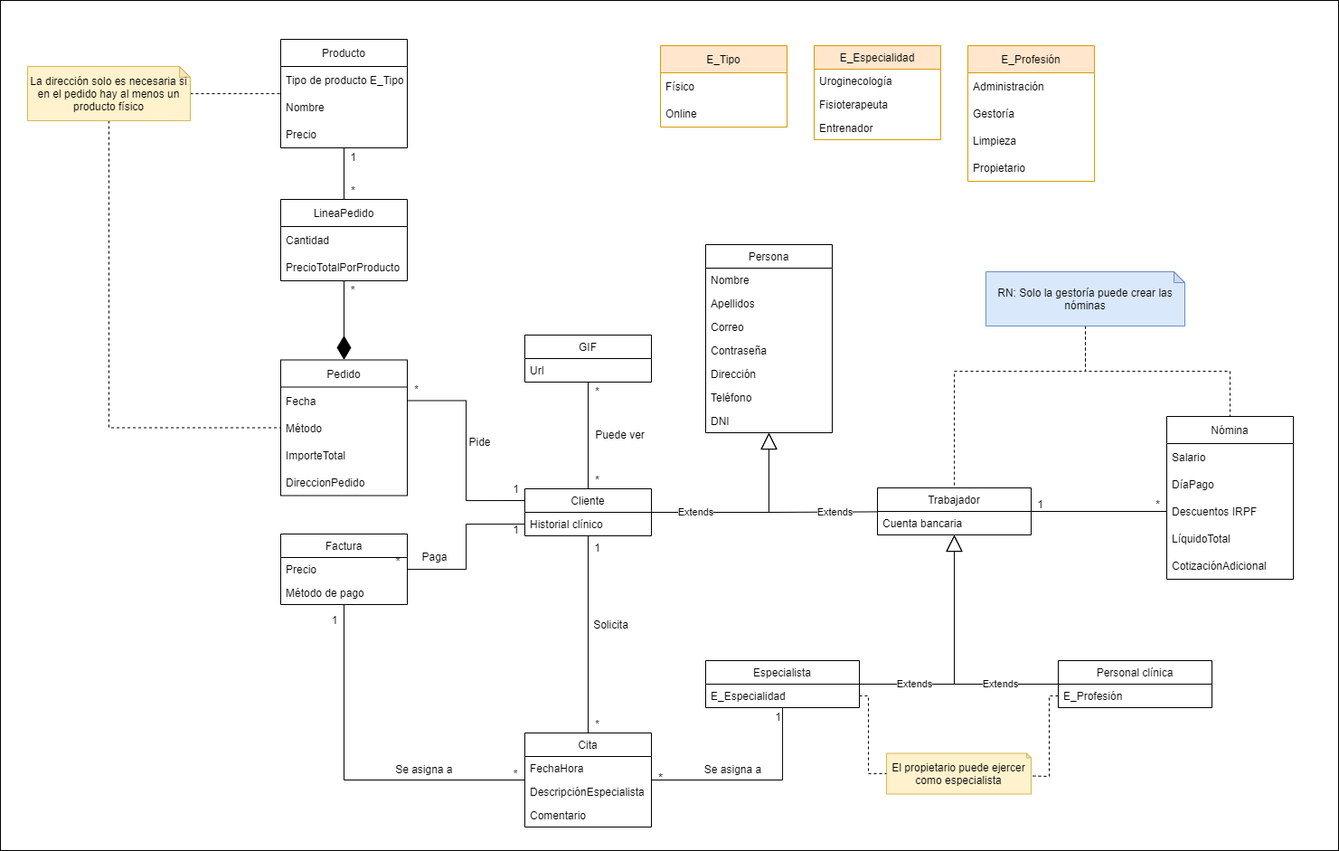
mpadillatabuenca/Proyecto-IR-Cinetica keeps this draw.io diagram as Modelo_de_datos.png. Above is the earlier version. Source tidied: cells renumbered, new cells last; positions are measured from the earlier drawing's top-left corner, leaving out a move shared by most shapes.
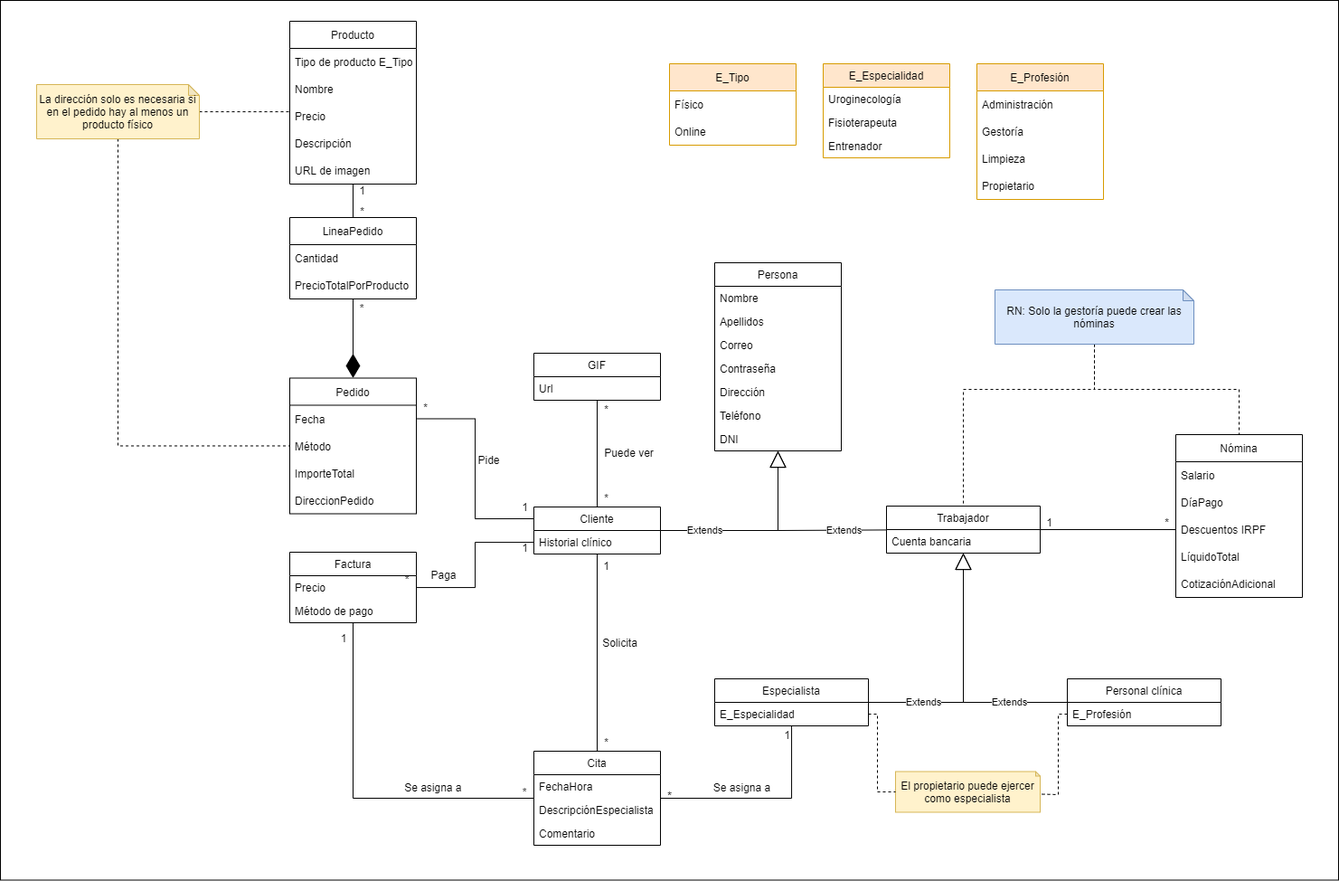
After the change.

Commit message:
Pequeño arreglo de datos

What changed in the source:
```diff
@@ -3,7 +3,7 @@
     <mxCell id="0" />
     <mxCell id="1" parent="0" />
     <mxCell id="2" style="rounded=0;whiteSpace=wrap;html=1;" parent="1" vertex="1">
-      <mxGeometry width="1480" height="940" as="geometry" />
+      <mxGeometry x="-10" y="-20" width="1480" height="972.5" as="geometry" />
     </mxCell>
     <mxCell id="3" value="Persona" style="swimlane;fontStyle=0;horizontal=1;startSize=26;fillColor=none;" parent="1" vertex="1">
       <mxGeometry x="780" y="270" width="140" height="208" as="geometry" />
@@ -239,7 +239,7 @@
       <mxGeometry x="1270" y="547.5" width="20" height="20" as="geometry" />
     </mxCell>
     <mxCell id="72" value="Producto" style="swimlane;fontStyle=0;horizontal=1;startSize=30;" parent="1" vertex="1">
-      <mxGeometry x="310" y="43" width="140" height="120" as="geometry" />
+      <mxGeometry x="310" y="3" width="140" height="180" as="geometry" />
     </mxCell>
     <mxCell id="73" value="Tipo de producto E_Tipo" style="text;strokeColor=none;fillColor=none;align=left;verticalAlign=middle;spacingLeft=4;spacingRight=4;overflow=hidden;" parent="72" vertex="1">
       <mxGeometry y="30" width="140" height="30" as="geometry" />
@@ -250,6 +250,12 @@
     <mxCell id="75" value="Precio" style="text;strokeColor=none;fillColor=none;align=left;verticalAlign=middle;spacingLeft=4;spacingRight=4;overflow=hidden;" parent="72" vertex="1">
       <mxGeometry y="90" width="140" height="30" as="geometry" />
     </mxCell>
+    <mxCell id="103" value="Descripción" style="text;strokeColor=none;fillColor=none;align=left;verticalAlign=middle;spacingLeft=4;spacingRight=4;overflow=hidden;" parent="72" vertex="1">
+      <mxGeometry y="120" width="140" height="30" as="geometry" />
+    </mxCell>
+    <mxCell id="104" value="URL de imagen" style="text;strokeColor=none;fillColor=none;align=left;verticalAlign=middle;spacingLeft=4;spacingRight=4;overflow=hidden;" parent="72" vertex="1">
+      <mxGeometry y="150" width="140" height="30" as="geometry" />
+    </mxCell>
     <mxCell id="76" value="E_Tipo" style="swimlane;fontStyle=0;horizontal=1;startSize=30;fillColor=#ffe6cc;strokeColor=#d79b00;" parent="1" vertex="1">
       <mxGeometry x="730" y="50" width="140" height="90" as="geometry" />
     </mxCell>
@@ -310,10 +316,10 @@
       <mxGeometry relative="1" as="geometry" />
     </mxCell>
     <mxCell id="94" value="1" style="text;html=1;align=center;verticalAlign=middle;strokeColor=none;fillColor=none;" parent="1" vertex="1">
-      <mxGeometry x="380" y="163" width="20" height="20" as="geometry" />
+      <mxGeometry x="380" y="180" width="20" height="20" as="geometry" />
     </mxCell>
     <mxCell id="95" value="*" style="text;html=1;align=center;verticalAlign=middle;strokeColor=none;fillColor=none;" parent="1" vertex="1">
-      <mxGeometry x="380" y="200" width="20" height="20" as="geometry" />
+      <mxGeometry x="380" y="203" width="20" height="20" as="geometry" />
     </mxCell>
     <mxCell id="96" value="*" style="text;html=1;align=center;verticalAlign=middle;strokeColor=none;fillColor=none;" parent="1" vertex="1">
       <mxGeometry x="450" y="420" width="20" height="20" as="geometry" />
```
